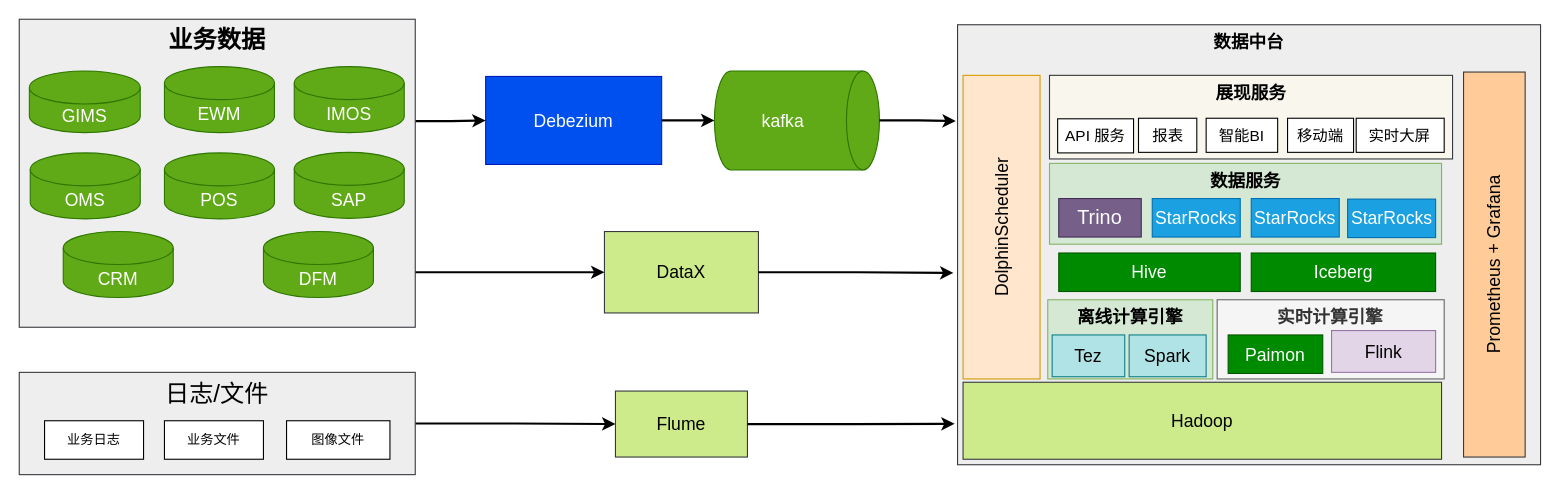
This is page "第 7 页" (7 of 7) of BSD.drawio from starzy1990/diagrams, a draw.io file, before an edit. Source tidied: cells renumbered, new cells numbered last; positions are measured from the earlier drawing's top-left corner, leaving out a move shared by most shapes. Both pictures are drawn from the tidied source at 110%, with x=0, y=0 at pixel (19, 19).
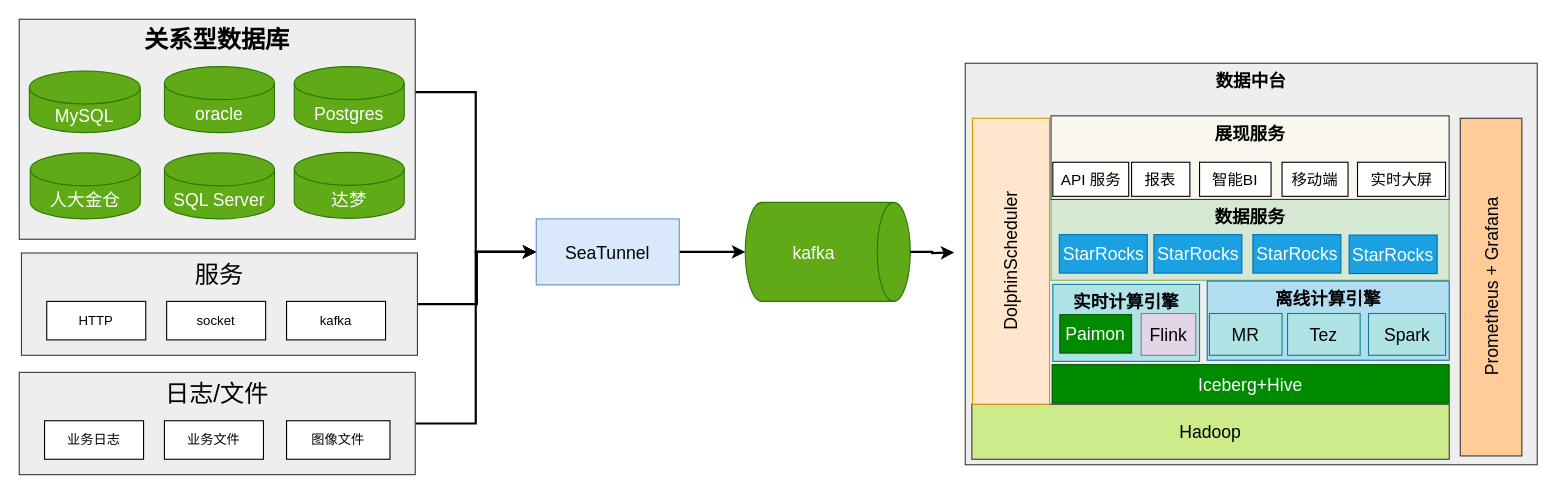
Above is the later version.

Unchanged cells that the change refers to:
```xml
<mxCell id="27" value="日志/文件" style="rounded=0;whiteSpace=wrap;html=1;fillColor=#eeeeee;strokeColor=#36393d;verticalAlign=top;fontSize=22;" parent="1" vertex="1">
  <mxGeometry y="321" width="360" height="93" as="geometry" />
</mxCell>
```

What changed in the source:
```diff
@@
-    <mxCell id="2" value="Debezium" style="rounded=0;whiteSpace=wrap;html=1;fillColor=#0050ef;fontColor=#ffffff;strokeColor=#001DBC;fontSize=16;" parent="1" vertex="1">
-      <mxGeometry x="424" y="52" width="160" height="80" as="geometry" />
-    </mxCell>
     <mxCell id="3" value="kafka" style="shape=cylinder3;whiteSpace=wrap;html=1;boundedLbl=1;backgroundOutline=1;size=15;direction=south;fillColor=#60a917;fontColor=#ffffff;strokeColor=#2D7600;fontSize=16;" parent="1" vertex="1">
-      <mxGeometry x="632" y="47" width="150" height="90" as="geometry" />
+      <mxGeometry x="660" y="166.5" width="150" height="90" as="geometry" />
     </mxCell>
-    <mxCell id="4" style="edgeStyle=orthogonalEdgeStyle;rounded=0;jettySize=auto;html=1;entryX=0.5;entryY=1;entryDx=0;entryDy=0;entryPerimeter=0;strokeWidth=2;" parent="1" edge="1" source="2" target="3">
+    <mxCell id="4" style="edgeStyle=orthogonalEdgeStyle;rounded=0;jettySize=auto;html=1;entryX=0.5;entryY=1;entryDx=0;entryDy=0;entryPerimeter=0;strokeWidth=2;exitX=1;exitY=0.5;exitDx=0;exitDy=0;" parent="1" edge="1" source="54" target="3">
       <mxGeometry relative="1" as="geometry" />
     </mxCell>
-    <mxCell id="5" style="edgeStyle=orthogonalEdgeStyle;rounded=0;jettySize=auto;html=1;exitX=1;exitY=0.331;exitDx=0;exitDy=0;exitPerimeter=0;strokeWidth=2;" parent="1" edge="1" source="7" target="2">
+    <mxCell id="5" style="edgeStyle=orthogonalEdgeStyle;rounded=0;jettySize=auto;html=1;exitX=1;exitY=0.331;exitDx=0;exitDy=0;exitPerimeter=0;strokeWidth=2;entryX=0;entryY=0.5;entryDx=0;entryDy=0;" parent="1" edge="1" source="7" target="54">
       <mxGeometry relative="1" as="geometry" />
     </mxCell>
-    <mxCell id="6" style="rounded=0;jettySize=auto;html=1;entryX=0;entryY=0.5;entryDx=0;entryDy=0;strokeWidth=2;" parent="1" edge="1" target="25">
-      <mxGeometry relative="1" as="geometry">
-        <mxPoint x="213" y="230" as="sourcePoint" />
-      </mxGeometry>
-    </mxCell>
-    <mxCell id="7" value="业务数据" style="rounded=0;whiteSpace=wrap;html=1;fillColor=#eeeeee;strokeColor=#36393d;verticalAlign=top;fontStyle=1;fontSize=22;" parent="1" vertex="1">
-      <mxGeometry width="360" height="280" as="geometry" />
+    <mxCell id="7" value="关系型数据库" style="rounded=0;whiteSpace=wrap;html=1;fillColor=#eeeeee;strokeColor=#36393d;verticalAlign=top;fontStyle=1;fontSize=22;" parent="1" vertex="1">
+      <mxGeometry width="360" height="200" as="geometry" />
     </mxCell>
-    <mxCell id="8" value="EWM" style="shape=cylinder3;whiteSpace=wrap;html=1;boundedLbl=1;backgroundOutline=1;size=15;fillColor=#60a917;fontColor=#ffffff;strokeColor=#2D7600;fontSize=16;" parent="1" vertex="1">
+    <mxCell id="8" value="oracle" style="shape=cylinder3;whiteSpace=wrap;html=1;boundedLbl=1;backgroundOutline=1;size=15;fillColor=#60a917;fontColor=#ffffff;strokeColor=#2D7600;fontSize=16;" parent="1" vertex="1">
       <mxGeometry x="132" y="43.1" width="100" height="60" as="geometry" />
     </mxCell>
-    <mxCell id="9" value="GIMS" style="shape=cylinder3;whiteSpace=wrap;html=1;boundedLbl=1;backgroundOutline=1;size=15;fillColor=#60a917;fontColor=#ffffff;strokeColor=#2D7600;fontSize=16;" parent="1" vertex="1">
+    <mxCell id="9" value="MySQL" style="shape=cylinder3;whiteSpace=wrap;html=1;boundedLbl=1;backgroundOutline=1;size=15;fillColor=#60a917;fontColor=#ffffff;strokeColor=#2D7600;fontSize=16;" parent="1" vertex="1">
       <mxGeometry x="9.2" y="47" width="100.8" height="56.1" as="geometry" />
     </mxCell>
-    <mxCell id="10" value="IMOS" style="shape=cylinder3;whiteSpace=wrap;html=1;boundedLbl=1;backgroundOutline=1;size=15;fillColor=#60a917;fontColor=#ffffff;strokeColor=#2D7600;fontSize=16;" parent="1" vertex="1">
+    <mxCell id="10" value="Postgres" style="shape=cylinder3;whiteSpace=wrap;html=1;boundedLbl=1;backgroundOutline=1;size=15;fillColor=#60a917;fontColor=#ffffff;strokeColor=#2D7600;fontSize=16;" parent="1" vertex="1">
       <mxGeometry x="250" y="43.1" width="100" height="60" as="geometry" />
     </mxCell>
-    <mxCell id="11" value="POS" style="shape=cylinder3;whiteSpace=wrap;html=1;boundedLbl=1;backgroundOutline=1;size=15;fillColor=#60a917;fontColor=#ffffff;strokeColor=#2D7600;fontSize=16;" parent="1" vertex="1">
+    <mxCell id="11" value="SQL Server" style="shape=cylinder3;whiteSpace=wrap;html=1;boundedLbl=1;backgroundOutline=1;size=15;fillColor=#60a917;fontColor=#ffffff;strokeColor=#2D7600;fontSize=16;" parent="1" vertex="1">
       <mxGeometry x="132" y="121.5" width="100" height="60" as="geometry" />
     </mxCell>
-    <mxCell id="12" value="OMS" style="shape=cylinder3;whiteSpace=wrap;html=1;boundedLbl=1;backgroundOutline=1;size=15;fillColor=#60a917;fontColor=#ffffff;strokeColor=#2D7600;fontSize=16;" parent="1" vertex="1">
+    <mxCell id="12" value="人大金仓" style="shape=cylinder3;whiteSpace=wrap;html=1;boundedLbl=1;backgroundOutline=1;size=15;fillColor=#60a917;fontColor=#ffffff;strokeColor=#2D7600;fontSize=16;" parent="1" vertex="1">
       <mxGeometry x="10" y="121.5" width="100" height="60" as="geometry" />
     </mxCell>
-    <mxCell id="13" value="SAP" style="shape=cylinder3;whiteSpace=wrap;html=1;boundedLbl=1;backgroundOutline=1;size=15;fillColor=#60a917;fontColor=#ffffff;strokeColor=#2D7600;fontSize=16;" parent="1" vertex="1">
+    <mxCell id="13" value="达梦" style="shape=cylinder3;whiteSpace=wrap;html=1;boundedLbl=1;backgroundOutline=1;size=15;fillColor=#60a917;fontColor=#ffffff;strokeColor=#2D7600;fontSize=16;" parent="1" vertex="1">
       <mxGeometry x="250" y="121" width="100" height="60" as="geometry" />
     </mxCell>
-    <mxCell id="14" value="CRM" style="shape=cylinder3;whiteSpace=wrap;html=1;boundedLbl=1;backgroundOutline=1;size=15;fillColor=#60a917;fontColor=#ffffff;strokeColor=#2D7600;fontSize=16;" parent="1" vertex="1">
-      <mxGeometry x="40" y="193" width="100" height="60" as="geometry" />
-    </mxCell>
-    <mxCell id="15" value="DFM" style="shape=cylinder3;whiteSpace=wrap;html=1;boundedLbl=1;backgroundOutline=1;size=15;fillColor=#60a917;fontColor=#ffffff;strokeColor=#2D7600;fontSize=16;" parent="1" vertex="1">
-      <mxGeometry x="222" y="193" width="100" height="60" as="geometry" />
-    </mxCell>
     <mxCell id="16" value="数据中台" style="rounded=0;whiteSpace=wrap;html=1;fillColor=#eeeeee;strokeColor=#36393d;verticalAlign=top;fontSize=16;fontStyle=1;" parent="1" vertex="1">
-      <mxGeometry x="853" y="5" width="530" height="400" as="geometry" />
+      <mxGeometry x="860" y="40" width="520" height="365" as="geometry" />
     </mxCell>
     <mxCell id="17" value="Hadoop" style="rounded=0;whiteSpace=wrap;html=1;fillColor=#cdeb8b;strokeColor=#36393d;fontSize=16;verticalAlign=middle;fontStyle=0;" parent="1" vertex="1">
-      <mxGeometry x="858" y="330" width="435" height="70" as="geometry" />
+      <mxGeometry x="866" y="350" width="434" height="50" as="geometry" />
     </mxCell>
     <mxCell id="18" value="DolphinScheduler" style="rounded=0;whiteSpace=wrap;html=1;fillColor=#ffe6cc;strokeColor=#d79b00;horizontal=0;fontSize=16;" parent="1" vertex="1">
-      <mxGeometry x="858" y="51" width="70" height="276" as="geometry" />
+      <mxGeometry x="866.6" y="90" width="70" height="260" as="geometry" />
     </mxCell>
-    <mxCell id="19" value="Hive" style="rounded=0;whiteSpace=wrap;html=1;fillColor=#008a00;strokeColor=#005700;fontSize=16;direction=south;fontColor=#ffffff;" parent="1" vertex="1">
-      <mxGeometry x="945" y="212.5" width="165" height="35" as="geometry" />
-    </mxCell>
-    <mxCell id="20" value="离线计算引擎" style="rounded=0;whiteSpace=wrap;html=1;align=center;verticalAlign=top;horizontal=1;textDirection=ltr;labelPosition=center;verticalLabelPosition=middle;fontStyle=1;fillColor=#d5e8d4;strokeColor=#82b366;fontSize=16;" parent="1" vertex="1">
-      <mxGeometry x="935" y="255" width="150" height="72" as="geometry" />
-    </mxCell>
-    <mxCell id="21" value="Spark" style="rounded=0;whiteSpace=wrap;html=1;fillColor=#b0e3e6;strokeColor=#0e8088;fontStyle=0;fontSize=16;" parent="1" vertex="1">
-      <mxGeometry x="1009" y="287" width="70" height="38" as="geometry" />
-    </mxCell>
-    <mxCell id="22" value="实时计算引擎" style="rounded=0;whiteSpace=wrap;html=1;align=center;verticalAlign=top;horizontal=1;textDirection=ltr;labelPosition=center;verticalLabelPosition=middle;fontStyle=1;fillColor=#f5f5f5;strokeColor=#666666;fontColor=#333333;fontSize=16;" parent="1" vertex="1">
-      <mxGeometry x="1089" y="255" width="206.4" height="72" as="geometry" />
+    <mxCell id="22" value="实时计算引擎" style="rounded=0;whiteSpace=wrap;html=1;align=center;verticalAlign=top;horizontal=1;textDirection=ltr;labelPosition=center;verticalLabelPosition=middle;fontStyle=1;fillColor=#b0e3e6;strokeColor=#0e8088;fontSize=16;" parent="1" vertex="1">
+      <mxGeometry x="939.6" y="241" width="133.4" height="70" as="geometry" />
     </mxCell>
     <mxCell id="23" value="Flink" style="rounded=0;whiteSpace=wrap;html=1;fillColor=#e1d5e7;strokeColor=#9673a6;fontStyle=0;fontSize=16;" parent="1" vertex="1">
-      <mxGeometry x="1193" y="283" width="94.6" height="38" as="geometry" />
+      <mxGeometry x="1020" y="267.5" width="49.5" height="38" as="geometry" />
     </mxCell>
     <mxCell id="24" value="数据服务" style="rounded=0;whiteSpace=wrap;html=1;align=center;fontStyle=1;fillColor=#d5e8d4;strokeColor=#82b366;verticalAlign=top;fontSize=16;" parent="1" vertex="1">
-      <mxGeometry x="936.6" y="131" width="356.4" height="73.5" as="geometry" />
+      <mxGeometry x="938" y="163.8" width="361.9" height="73.5" as="geometry" />
     </mxCell>
-    <mxCell id="25" value="DataX" style="rounded=0;whiteSpace=wrap;html=1;fillColor=#cdeb8b;strokeColor=#36393d;fontStyle=0;fontSize=16;" parent="1" vertex="1">
-      <mxGeometry x="532" y="193" width="140" height="74" as="geometry" />
-    </mxCell>
-    <mxCell id="26" style="edgeStyle=orthogonalEdgeStyle;rounded=0;jettySize=auto;html=1;entryX=0;entryY=0.5;entryDx=0;entryDy=0;strokeWidth=2;" parent="1" edge="1" source="27" target="31">
+    <mxCell id="26" style="edgeStyle=orthogonalEdgeStyle;rounded=0;jettySize=auto;html=1;entryX=0;entryY=0.5;entryDx=0;entryDy=0;strokeWidth=2;" parent="1" edge="1" source="27" target="54">
       <mxGeometry relative="1" as="geometry" />
     </mxCell>
@@
-    <mxCell id="29" style="edgeStyle=orthogonalEdgeStyle;rounded=0;jettySize=auto;html=1;entryX=-0.003;entryY=0.219;entryDx=0;entryDy=0;entryPerimeter=0;strokeWidth=2;" parent="1" edge="1" source="3" target="16">
-      <mxGeometry relative="1" as="geometry" />
+    <mxCell id="29" style="edgeStyle=orthogonalEdgeStyle;rounded=0;jettySize=auto;html=1;strokeWidth=2;" parent="1" edge="1" source="3">
+      <mxGeometry relative="1" as="geometry">
+        <mxPoint x="850" y="212" as="targetPoint" />
+      </mxGeometry>
     </mxCell>
-    <mxCell id="30" style="edgeStyle=orthogonalEdgeStyle;rounded=0;jettySize=auto;html=1;entryX=-0.007;entryY=0.564;entryDx=0;entryDy=0;entryPerimeter=0;strokeWidth=2;" parent="1" edge="1" source="25" target="16">
-      <mxGeometry relative="1" as="geometry" />
-    </mxCell>
-    <mxCell id="31" value="Flume" style="rounded=0;whiteSpace=wrap;html=1;fillColor=#cdeb8b;strokeColor=#36393d;fontStyle=0;fontSize=16;" parent="1" vertex="1">
-      <mxGeometry x="542" y="338" width="120" height="60" as="geometry" />
-    </mxCell>
-    <mxCell id="32" style="edgeStyle=orthogonalEdgeStyle;rounded=0;jettySize=auto;html=1;entryX=-0.005;entryY=0.907;entryDx=0;entryDy=0;entryPerimeter=0;strokeWidth=2;" parent="1" edge="1" source="31" target="16">
-      <mxGeometry relative="1" as="geometry" />
-    </mxCell>
-    <mxCell id="33" value="Iceberg" style="rounded=0;whiteSpace=wrap;html=1;fillColor=#008a00;strokeColor=#005700;fontSize=16;fontColor=#ffffff;" parent="1" vertex="1">
-      <mxGeometry x="1120" y="212.5" width="167.6" height="35" as="geometry" />
+    <mxCell id="33" value="Iceberg+Hive" style="rounded=0;whiteSpace=wrap;html=1;fillColor=#008a00;strokeColor=#005700;fontSize=16;fontColor=#ffffff;" parent="1" vertex="1">
+      <mxGeometry x="939" y="314" width="360.9" height="35" as="geometry" />
     </mxCell>
     <mxCell id="34" value="展现服务" style="rounded=0;whiteSpace=wrap;html=1;verticalAlign=top;fillColor=#f9f7ed;strokeColor=#36393d;fontStyle=1;fontSize=16;" parent="1" vertex="1">
-      <mxGeometry x="936.6" y="51" width="366.4" height="76" as="geometry" />
+      <mxGeometry x="938" y="87.8" width="361.9" height="76" as="geometry" />
     </mxCell>
@@
     <mxCell id="37" value="Prometheus +&amp;nbsp;Grafana" style="rounded=0;whiteSpace=wrap;html=1;horizontal=0;fontSize=16;fillColor=#ffcc99;strokeColor=#36393d;" parent="1" vertex="1">
-      <mxGeometry x="1313" y="48" width="56" height="350" as="geometry" />
+      <mxGeometry x="1310" y="90" width="56" height="307" as="geometry" />
     </mxCell>
     <mxCell id="38" value="API 服务" style="rounded=0;whiteSpace=wrap;html=1;fontSize=14;" parent="1" vertex="1">
-      <mxGeometry x="944" y="90.5" width="69" height="31" as="geometry" />
+      <mxGeometry x="939.6" y="130" width="69" height="31" as="geometry" />
     </mxCell>
     <mxCell id="39" value="报表" style="rounded=0;whiteSpace=wrap;html=1;fontSize=14;" parent="1" vertex="1">
-      <mxGeometry x="1017.5" y="90" width="53" height="31" as="geometry" />
+      <mxGeometry x="1011.2" y="130" width="53" height="31" as="geometry" />
     </mxCell>
     <mxCell id="40" value="智能BI" style="rounded=0;whiteSpace=wrap;html=1;fontSize=14;" parent="1" vertex="1">
-      <mxGeometry x="1079" y="90" width="65" height="31" as="geometry" />
+      <mxGeometry x="1073" y="130" width="65" height="31" as="geometry" />
     </mxCell>
-    <mxCell id="41" value="Tez" style="rounded=0;whiteSpace=wrap;html=1;fillColor=#b0e3e6;strokeColor=#0e8088;fontStyle=0;fontSize=16;" parent="1" vertex="1">
-      <mxGeometry x="939" y="287" width="66" height="38" as="geometry" />
-    </mxCell>
     <mxCell id="42" value="Paimon" style="rounded=0;whiteSpace=wrap;html=1;fillColor=#008a00;strokeColor=#005700;fontSize=16;fontColor=#ffffff;" parent="1" vertex="1">
-      <mxGeometry x="1099" y="287" width="86" height="35" as="geometry" />
+      <mxGeometry x="946" y="268.5" width="65.2" height="35" as="geometry" />
     </mxCell>
     <mxCell id="43" value="StarRocks" style="rounded=0;whiteSpace=wrap;html=1;fillColor=#1ba1e2;fontColor=#ffffff;strokeColor=#006EAF;fontSize=16;" parent="1" vertex="1">
-      <mxGeometry x="1030" y="163" width="80" height="35" as="geometry" />
+      <mxGeometry x="1031.5" y="195.8" width="80" height="35" as="geometry" />
     </mxCell>
     <mxCell id="44" value="StarRocks" style="rounded=0;whiteSpace=wrap;html=1;fillColor=#1ba1e2;fontColor=#ffffff;strokeColor=#006EAF;fontSize=16;" parent="1" vertex="1">
-      <mxGeometry x="1120" y="163" width="80" height="35" as="geometry" />
+      <mxGeometry x="1121.5" y="195.8" width="80" height="35" as="geometry" />
     </mxCell>
     <mxCell id="45" value="StarRocks" style="rounded=0;whiteSpace=wrap;html=1;fillColor=#1ba1e2;fontColor=#ffffff;strokeColor=#006EAF;fontSize=16;" parent="1" vertex="1">
-      <mxGeometry x="1207.6" y="163.5" width="80" height="35" as="geometry" />
+      <mxGeometry x="1209" y="196.2" width="80" height="35" as="geometry" />
     </mxCell>
-    <mxCell id="46" value="Trino" style="rounded=0;whiteSpace=wrap;html=1;fillColor=#76608a;strokeColor=#432D57;fontSize=18;fontColor=#ffffff;" parent="1" vertex="1">
-      <mxGeometry x="945" y="163" width="75" height="35" as="geometry" />
-    </mxCell>
     <mxCell id="47" value="移动端" style="rounded=0;whiteSpace=wrap;html=1;fontSize=14;" parent="1" vertex="1">
-      <mxGeometry x="1153" y="90" width="60" height="31" as="geometry" />
+      <mxGeometry x="1148" y="130" width="60" height="31" as="geometry" />
     </mxCell>
     <mxCell id="48" value="实时大屏" style="rounded=0;whiteSpace=wrap;html=1;fontSize=14;" parent="1" vertex="1">
-      <mxGeometry x="1215.4" y="90" width="80" height="31" as="geometry" />
+      <mxGeometry x="1216.6" y="130" width="80" height="31" as="geometry" />
     </mxCell>
+    <mxCell id="49" value="StarRocks" style="rounded=0;whiteSpace=wrap;html=1;fillColor=#1ba1e2;fontColor=#ffffff;strokeColor=#006EAF;fontSize=16;" parent="1" vertex="1">
+      <mxGeometry x="945.5" y="195.8" width="80" height="35" as="geometry" />
+    </mxCell>
+    <mxCell id="50" style="edgeStyle=orthogonalEdgeStyle;rounded=0;jettySize=auto;html=1;strokeWidth=2;" parent="1" edge="1" source="51" target="54">
+      <mxGeometry relative="1" as="geometry" />
+    </mxCell>
+    <mxCell id="51" value="服务" style="rounded=0;whiteSpace=wrap;html=1;fillColor=#eeeeee;strokeColor=#36393d;verticalAlign=top;fontSize=22;" parent="1" vertex="1">
+      <mxGeometry x="2" y="212.5" width="360" height="93" as="geometry" />
+    </mxCell>
+    <mxCell id="52" value="HTTP" style="rounded=0;whiteSpace=wrap;html=1;" parent="1" vertex="1">
+      <mxGeometry x="25" y="256.5" width="90" height="35" as="geometry" />
+    </mxCell>
+    <mxCell id="53" value="socket" style="rounded=0;whiteSpace=wrap;html=1;" parent="1" vertex="1">
+      <mxGeometry x="134" y="256.5" width="90" height="35" as="geometry" />
+    </mxCell>
+    <mxCell id="54" value="SeaTunnel" style="rounded=0;whiteSpace=wrap;html=1;fillColor=#dae8fc;strokeColor=#6c8ebf;fontSize=16;" parent="1" vertex="1">
+      <mxGeometry x="470" y="181.5" width="130" height="60" as="geometry" />
+    </mxCell>
+    <mxCell id="55" value="kafka" style="rounded=0;whiteSpace=wrap;html=1;" parent="1" vertex="1">
+      <mxGeometry x="243" y="256.5" width="90" height="35" as="geometry" />
+    </mxCell>
+    <mxCell id="20" value="离线计算引擎" style="rounded=0;whiteSpace=wrap;html=1;align=center;verticalAlign=top;horizontal=1;textDirection=ltr;labelPosition=center;verticalLabelPosition=middle;fontStyle=1;fillColor=#b1ddf0;strokeColor=#10739e;fontSize=16;" parent="1" vertex="1">
+      <mxGeometry x="1080" y="238" width="220" height="72" as="geometry" />
+    </mxCell>
+    <mxCell id="21" value="Spark" style="rounded=0;whiteSpace=wrap;html=1;fillColor=#b0e3e6;strokeColor=#0e8088;fontStyle=0;fontSize=16;" parent="1" vertex="1">
+      <mxGeometry x="1226.6" y="267.5" width="70" height="38" as="geometry" />
+    </mxCell>
+    <mxCell id="41" value="Tez" style="rounded=0;whiteSpace=wrap;html=1;fillColor=#b0e3e6;strokeColor=#0e8088;fontStyle=0;fontSize=16;" parent="1" vertex="1">
+      <mxGeometry x="1153" y="267.5" width="66" height="38" as="geometry" />
+    </mxCell>
+    <mxCell id="56" value="MR" style="rounded=0;whiteSpace=wrap;html=1;fillColor=#b0e3e6;strokeColor=#0e8088;fontStyle=0;fontSize=16;" parent="1" vertex="1">
+      <mxGeometry x="1082" y="267.5" width="66" height="38" as="geometry" />
+    </mxCell>
```
